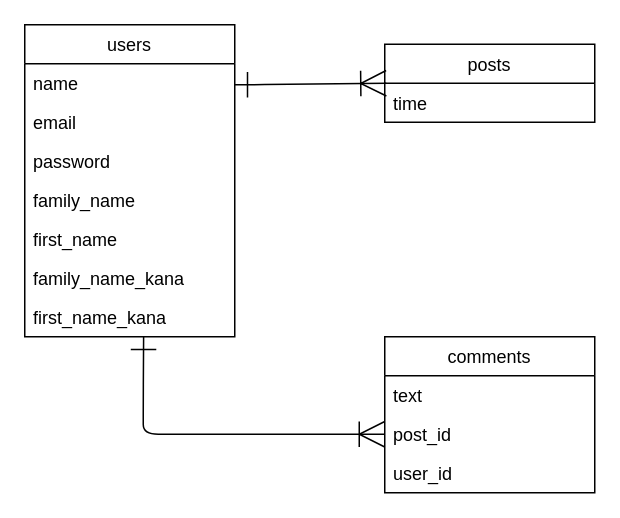
The draw.io diagram shift_ER.dio in juuata/original_shift, before the edit. Source tidied: cells renumbered, new cells numbered last; positions are measured from the earlier drawing's top-left corner, leaving out a move shared by most shapes. Both pictures are drawn from the tidied source at 150%, with x=0, y=0 at pixel (24, 24).
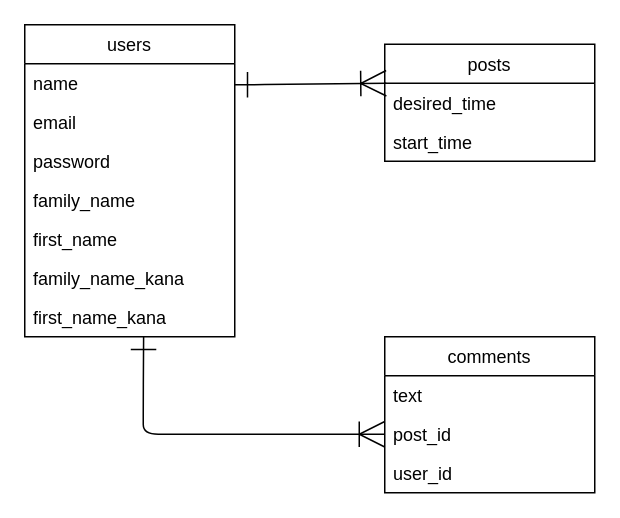
Above is the later version.

Diff of the diagram source:
```diff
@@
     <mxCell id="10" value="posts" style="swimlane;fontStyle=0;horizontal=1;startSize=26;fillColor=none;" parent="1" vertex="1">
-      <mxGeometry x="240" y="13" width="140" height="52" as="geometry" />
+      <mxGeometry x="240" y="13" width="140" height="78" as="geometry" />
     </mxCell>
-    <mxCell id="11" value="time&#10;" style="text;strokeColor=none;fillColor=none;align=left;verticalAlign=top;spacingLeft=4;spacingRight=4;overflow=hidden;" parent="10" vertex="1">
+    <mxCell id="11" value="desired_time" style="text;strokeColor=none;fillColor=none;align=left;verticalAlign=top;spacingLeft=4;spacingRight=4;overflow=hidden;" parent="10" vertex="1">
       <mxGeometry y="26" width="140" height="26" as="geometry" />
     </mxCell>
+    <mxCell id="18" value="start_time" style="text;strokeColor=none;fillColor=none;align=left;verticalAlign=top;spacingLeft=4;spacingRight=4;overflow=hidden;" parent="10" vertex="1">
+      <mxGeometry y="52" width="140" height="26" as="geometry" />
+    </mxCell>
```
